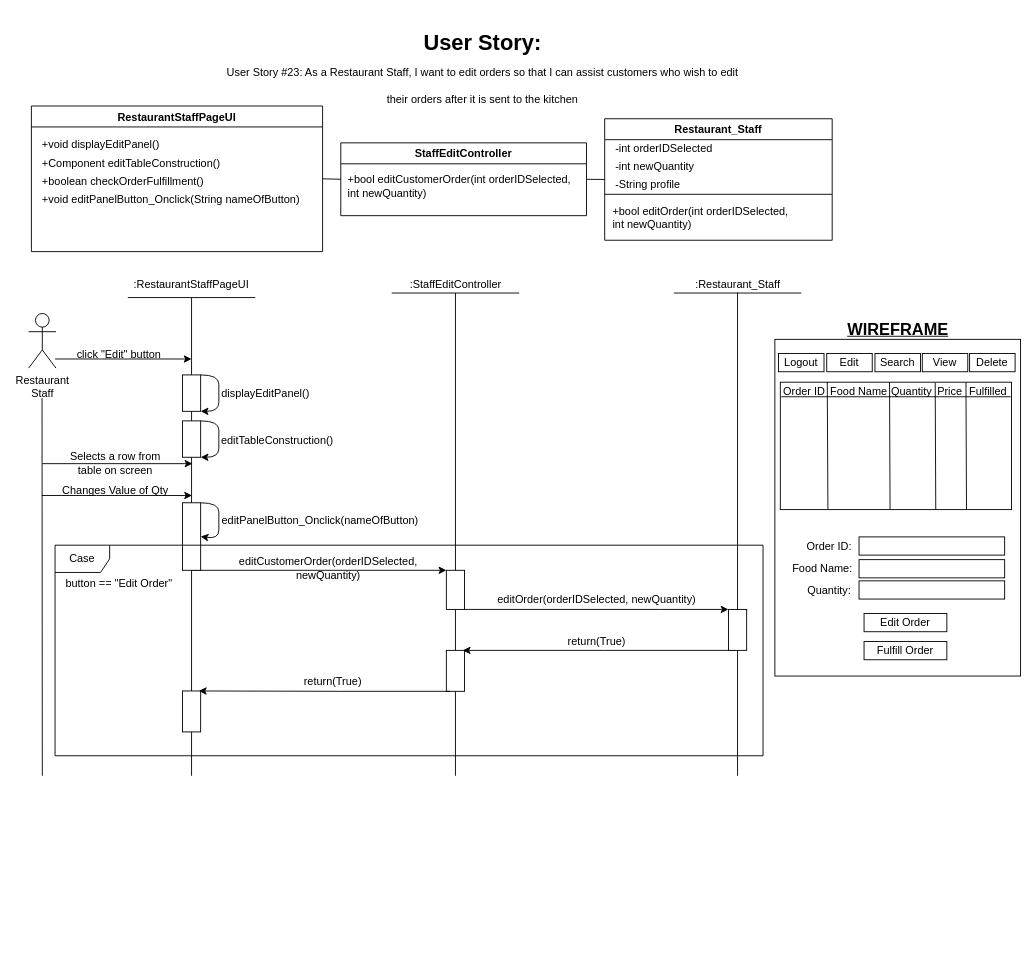
This is BCE_UML_and_Diagrams/RestaurantStaff/RestaurantStaff_Edit/UserStory#23_RestaurantStaff_Edit.drawio from extred5700/JAVAGUI-Restaurant-Table-Order-System, a draw.io file, before an edit. Source tidied: cells renumbered, new cells numbered last; positions are measured from the earlier drawing's top-left corner, leaving out a move shared by most shapes. Both pictures are drawn from the tidied source at 91%, with x=0, y=0 at pixel (28, 25).
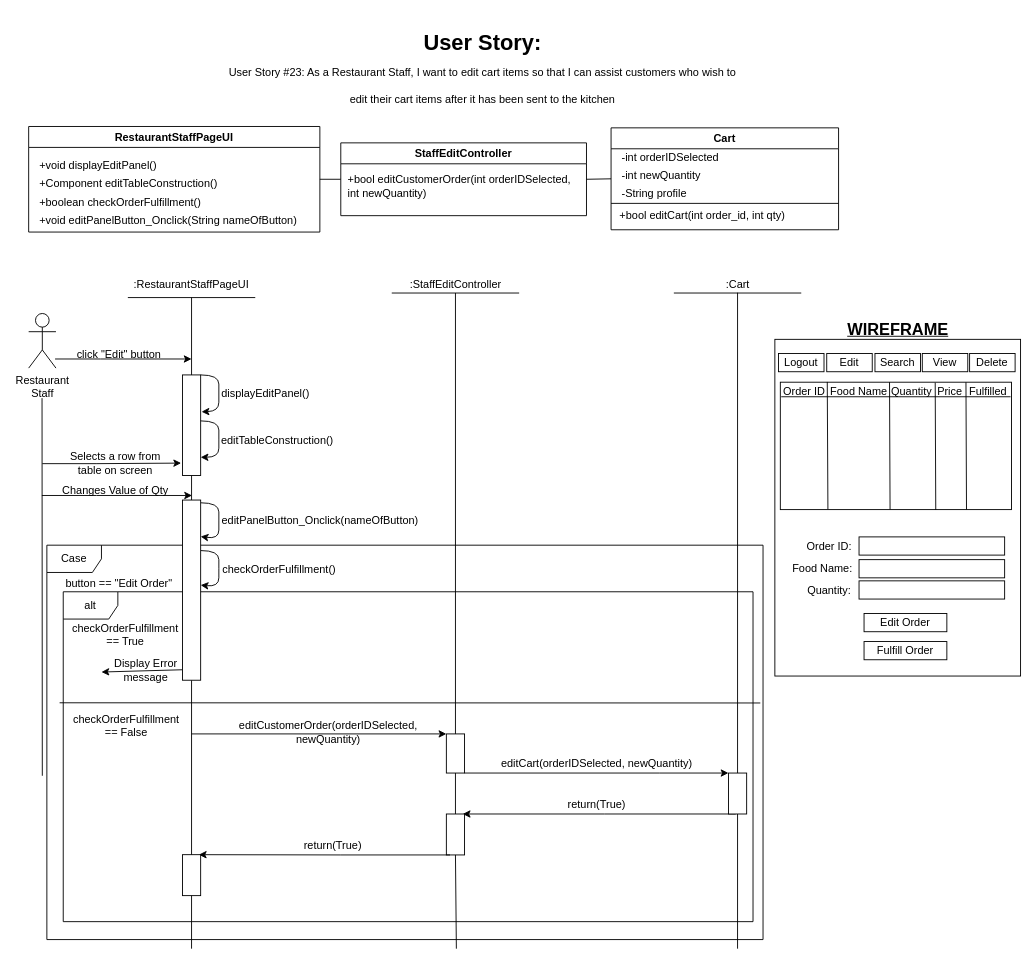
The same page after the edit.

Change to the diagram source:
```diff
@@
+    <mxCell id="85" style="endArrow=none;html=1;rounded=0;fontSize=17;" parent="1" edge="1" target="93">
+      <mxGeometry relative="1" as="geometry">
+        <mxPoint x="179" y="1015" as="sourcePoint" />
+      </mxGeometry>
+    </mxCell>
+    <mxCell id="83" value="Case" style="shape=umlFrame;whiteSpace=wrap;html=1;" parent="1" vertex="1">
+      <mxGeometry x="20" y="571.6" width="787" height="433.4" as="geometry" />
+    </mxCell>
@@
     <mxCell id="3" value="RestaurantStaffPageUI" style="swimlane;" parent="1" vertex="1">
-      <mxGeometry x="3" y="89" width="320" height="160" as="geometry" />
+      <mxGeometry y="111.5" width="320" height="116" as="geometry" />
     </mxCell>
@@
-    <mxCell id="10" value="Restaurant_Staff" style="swimlane;" parent="1" vertex="1">
-      <mxGeometry x="633" y="103" width="250" height="133.5" as="geometry" />
+    <mxCell id="10" value="Cart" style="swimlane;" parent="1" vertex="1">
+      <mxGeometry x="640" y="113" width="250" height="112" as="geometry" />
     </mxCell>
@@
-    <mxCell id="15" value="&lt;div style=&quot;text-align: justify&quot;&gt;&lt;span&gt;+bool editOrder(int orderIDSelected,&lt;/span&gt;&lt;/div&gt;&lt;div style=&quot;text-align: justify&quot;&gt;&lt;span&gt;int newQuantity)&lt;/span&gt;&lt;/div&gt;" style="text;html=1;align=center;verticalAlign=middle;strokeColor=none;fillColor=none;" parent="10" vertex="1">
-      <mxGeometry y="93.5" width="210" height="30" as="geometry" />
+    <mxCell id="15" value="&lt;div style=&quot;text-align: justify&quot;&gt;+bool editCart(int order_id, int qty)&lt;/div&gt;" style="text;html=1;align=center;verticalAlign=middle;strokeColor=none;fillColor=none;" parent="10" vertex="1">
+      <mxGeometry y="87" width="200" height="20" as="geometry" />
     </mxCell>
@@
-    <mxCell id="22" value=":Restaurant_Staff" style="text;html=1;align=center;verticalAlign=middle;points=[];strokeColor=none;fillColor=none;" parent="1" vertex="1">
-      <mxGeometry x="724" y="274.5" width="110" height="20" as="geometry" />
+    <mxCell id="22" value=":Cart" style="text;html=1;align=center;verticalAlign=middle;points=[];strokeColor=none;fillColor=none;" parent="1" vertex="1">
+      <mxGeometry x="759" y="274.5" width="40" height="20" as="geometry" />
     </mxCell>
@@
-    <mxCell id="26" style="curved=1;endArrow=classic;html=1;rounded=0;entryX=1;entryY=0.5;entryDx=0;entryDy=0;exitX=1;exitY=0;exitDx=0;exitDy=0;" parent="1" edge="1" source="50" target="50">
+    <mxCell id="26" style="curved=1;endArrow=classic;html=1;rounded=0;entryX=1;entryY=0.5;entryDx=0;entryDy=0;exitX=1;exitY=0;exitDx=0;exitDy=0;" parent="1" edge="1">
       <mxGeometry relative="1" as="geometry">
+        <mxPoint x="189" y="525" as="sourcePoint" />
+        <mxPoint x="189" y="562.1" as="targetPoint" />
         <Array as="points">
           <mxPoint x="209" y="525" />
           <mxPoint x="209" y="545" />
           <mxPoint x="209" y="565" />
         </Array>
       </mxGeometry>
     </mxCell>
@@
     <mxCell id="28" style="endArrow=classic;html=1;rounded=0;entryX=0;entryY=0;entryDx=0;entryDy=0;" parent="1" edge="1">
       <mxGeometry relative="1" as="geometry">
-        <mxPoint x="179" y="599.2" as="sourcePoint" />
-        <mxPoint x="459" y="599.2" as="targetPoint" />
+        <mxPoint x="179" y="779" as="sourcePoint" />
+        <mxPoint x="459" y="779" as="targetPoint" />
       </mxGeometry>
     </mxCell>
     <mxCell id="29" value="editCustomerOrder(orderIDSelected,&lt;br&gt;newQuantity)" style="text;html=1;align=center;verticalAlign=middle;strokeColor=none;fillColor=none;" parent="1" vertex="1">
-      <mxGeometry x="224" y="582.2" width="210" height="30" as="geometry" />
+      <mxGeometry x="224" y="762" width="210" height="30" as="geometry" />
     </mxCell>
     <mxCell id="30" style="edgeStyle=orthogonalEdgeStyle;rounded=0;jettySize=auto;html=1;exitX=1;exitY=1;exitDx=0;exitDy=0;entryX=0;entryY=0;entryDx=0;entryDy=0;" parent="1" edge="1" source="48" target="46">
       <mxGeometry relative="1" as="geometry">
         <Array as="points">
-          <mxPoint x="693" y="642.2" />
-          <mxPoint x="693" y="642.2" />
+          <mxPoint x="693" y="822" />
+          <mxPoint x="693" y="822" />
         </Array>
       </mxGeometry>
     </mxCell>
@@
-    <mxCell id="32" value="editOrder(orderIDSelected, newQuantity)" style="text;html=1;align=center;verticalAlign=middle;strokeColor=none;fillColor=none;" parent="1" vertex="1">
-      <mxGeometry x="509" y="622.2" width="230" height="20" as="geometry" />
+    <mxCell id="32" value="editCart(orderIDSelected, newQuantity)" style="text;html=1;align=center;verticalAlign=middle;strokeColor=none;fillColor=none;" parent="1" vertex="1">
+      <mxGeometry x="509" y="802" width="230" height="20" as="geometry" />
     </mxCell>
     <mxCell id="33" style="endArrow=none;html=1;rounded=0;entryX=0.5;entryY=0.982;entryDx=0;entryDy=0;entryPerimeter=0;" parent="1" edge="1" target="22">
       <mxGeometry relative="1" as="geometry">
-        <mxPoint x="779" y="825" as="sourcePoint" />
+        <mxPoint x="779" y="1015" as="sourcePoint" />
       </mxGeometry>
     </mxCell>
@@
     <mxCell id="45" style="edgeStyle=orthogonalEdgeStyle;rounded=0;orthogonalLoop=1;jettySize=auto;html=1;exitX=0;exitY=1;exitDx=0;exitDy=0;entryX=0.5;entryY=0;entryDx=0;entryDy=0;fontSize=12;" parent="1" edge="1">
       <mxGeometry relative="1" as="geometry">
-        <mxPoint x="777" y="687.2" as="sourcePoint" />
-        <mxPoint x="477" y="687.2" as="targetPoint" />
+        <mxPoint x="777" y="867" as="sourcePoint" />
+        <mxPoint x="477" y="867" as="targetPoint" />
         <Array as="points">
-          <mxPoint x="633" y="687.2" />
-          <mxPoint x="633" y="687.2" />
+          <mxPoint x="633" y="867" />
+          <mxPoint x="633" y="867" />
         </Array>
       </mxGeometry>
     </mxCell>
     <mxCell id="46" style="rounded=0;whiteSpace=wrap;html=1;" parent="1" vertex="1">
-      <mxGeometry x="769" y="642.2" width="20" height="45" as="geometry" />
+      <mxGeometry x="769" y="822" width="20" height="45" as="geometry" />
     </mxCell>
@@
     <mxCell id="48" style="rounded=0;whiteSpace=wrap;html=1;" parent="1" vertex="1">
-      <mxGeometry x="459" y="599.2" width="20" height="43" as="geometry" />
+      <mxGeometry x="459" y="779" width="20" height="43" as="geometry" />
     </mxCell>
-    <mxCell id="49" style="endArrow=none;html=1;rounded=0;fontSize=17;" parent="1" edge="1">
+    <mxCell id="49" style="endArrow=none;html=1;rounded=0;fontSize=17;startArrow=none;" parent="1" edge="1" source="93">
       <mxGeometry relative="1" as="geometry">
-        <mxPoint x="179" y="825" as="sourcePoint" />
         <mxPoint x="179" y="299.5" as="targetPoint" />
       </mxGeometry>
     </mxCell>
-    <mxCell id="50" style="rounded=0;whiteSpace=wrap;html=1;" parent="1" vertex="1">
-      <mxGeometry x="169" y="525" width="20" height="74.2" as="geometry" />
-    </mxCell>
-    <mxCell id="51" style="curved=1;endArrow=classic;html=1;rounded=0;entryX=1;entryY=1;entryDx=0;entryDy=0;exitX=1;exitY=0;exitDx=0;exitDy=0;" parent="1" edge="1" source="52" target="52">
+    <mxCell id="51" style="curved=1;endArrow=classic;html=1;rounded=0;exitX=1;exitY=0;exitDx=0;exitDy=0;" parent="1" edge="1" source="52">
       <mxGeometry relative="1" as="geometry">
+        <mxPoint x="190" y="425" as="targetPoint" />
         <Array as="points">
           <mxPoint x="209" y="384.5" />
           <mxPoint x="209" y="404.5" />
           <mxPoint x="209" y="424.5" />
         </Array>
       </mxGeometry>
     </mxCell>
     <mxCell id="52" style="rounded=0;whiteSpace=wrap;html=1;" parent="1" vertex="1">
-      <mxGeometry x="169" y="384.5" width="20" height="40" as="geometry" />
+      <mxGeometry x="169" y="384.5" width="20" height="110.5" as="geometry" />
     </mxCell>
@@
-    <mxCell id="68" value="&lt;h1&gt;User Story:&lt;br&gt;&lt;font style=&quot;font-size: 12px ; font-weight: normal&quot;&gt;User Story #23: As a Restaurant Staff, I want to edit orders so that I can assist customers who wish to edit&lt;br&gt;their orders after it is sent to the kitchen&lt;/font&gt;&lt;/h1&gt;" style="text;html=1;strokeColor=none;fillColor=none;spacing=5;spacingTop=-20;whiteSpace=wrap;overflow=hidden;rounded=0;align=center;" parent="1" vertex="1">
+    <mxCell id="68" value="&lt;h1&gt;User Story:&lt;br&gt;&lt;font style=&quot;font-size: 12px ; font-weight: normal&quot;&gt;User Story #23: As a Restaurant Staff, I want to edit cart items so that I can assist customers who wish to edit their cart items after it has been sent to the kitchen&lt;/font&gt;&lt;/h1&gt;" style="text;html=1;strokeColor=none;fillColor=none;spacing=5;spacingTop=-20;whiteSpace=wrap;overflow=hidden;rounded=0;align=center;" parent="1" vertex="1">
       <mxGeometry x="209" width="580" height="100" as="geometry" />
     </mxCell>
     <mxCell id="69" style="rounded=0;whiteSpace=wrap;html=1;" parent="1" vertex="1">
-      <mxGeometry x="459" y="687.2" width="20" height="45" as="geometry" />
+      <mxGeometry x="459" y="867" width="20" height="45" as="geometry" />
     </mxCell>
     <mxCell id="70" style="endArrow=none;html=1;rounded=0;startArrow=none;entryX=0.5;entryY=1;entryDx=0;entryDy=0;entryPerimeter=0;" parent="1" edge="1" target="69">
       <mxGeometry relative="1" as="geometry">
-        <mxPoint x="469" y="825" as="sourcePoint" />
+        <mxPoint x="470" y="1015" as="sourcePoint" />
       </mxGeometry>
     </mxCell>
     <mxCell id="71" value="return(True)" style="text;html=1;align=center;verticalAlign=middle;strokeColor=none;fillColor=none;fontSize=12;" parent="1" vertex="1">
-      <mxGeometry x="584" y="667.5" width="80" height="20" as="geometry" />
+      <mxGeometry x="584" y="847.3" width="80" height="20" as="geometry" />
     </mxCell>
     <mxCell id="72" style="edgeStyle=orthogonalEdgeStyle;rounded=0;orthogonalLoop=1;jettySize=auto;html=1;entryX=0.5;entryY=0;entryDx=0;entryDy=0;fontSize=12;" parent="1" edge="1">
       <mxGeometry relative="1" as="geometry">
-        <mxPoint x="463" y="732.2" as="sourcePoint" />
-        <mxPoint x="187" y="731.8" as="targetPoint" />
+        <mxPoint x="463" y="912" as="sourcePoint" />
+        <mxPoint x="187" y="911.7" as="targetPoint" />
         <Array as="points">
-          <mxPoint x="343" y="731.8" />
-          <mxPoint x="343" y="731.8" />
+          <mxPoint x="343" y="911.7" />
+          <mxPoint x="343" y="911.7" />
         </Array>
       </mxGeometry>
     </mxCell>
     <mxCell id="73" style="rounded=0;whiteSpace=wrap;html=1;" parent="1" vertex="1">
-      <mxGeometry x="169" y="731.8" width="20" height="45" as="geometry" />
+      <mxGeometry x="169" y="911.7" width="20" height="45" as="geometry" />
     </mxCell>
     <mxCell id="74" value="return(True)" style="text;html=1;align=center;verticalAlign=middle;strokeColor=none;fillColor=none;fontSize=12;" parent="1" vertex="1">
-      <mxGeometry x="294" y="712.2" width="80" height="20" as="geometry" />
+      <mxGeometry x="294" y="892" width="80" height="20" as="geometry" />
     </mxCell>
-    <mxCell id="75" style="curved=1;endArrow=classic;html=1;rounded=0;entryX=1;entryY=1;entryDx=0;entryDy=0;exitX=1;exitY=0;exitDx=0;exitDy=0;" parent="1" edge="1" source="76" target="76">
+    <mxCell id="75" style="curved=1;endArrow=classic;html=1;rounded=0;entryX=1;entryY=1;entryDx=0;entryDy=0;exitX=1;exitY=0;exitDx=0;exitDy=0;" parent="1" edge="1">
       <mxGeometry relative="1" as="geometry">
+        <mxPoint x="189" y="435" as="sourcePoint" />
+        <mxPoint x="189" y="475" as="targetPoint" />
         <Array as="points">
           <mxPoint x="209" y="435" />
           <mxPoint x="209" y="455" />
           <mxPoint x="209" y="475" />
         </Array>
       </mxGeometry>
     </mxCell>
-    <mxCell id="76" style="rounded=0;whiteSpace=wrap;html=1;" parent="1" vertex="1">
-      <mxGeometry x="169" y="435" width="20" height="40" as="geometry" />
-    </mxCell>
@@
-    <mxCell id="78" style="edgeStyle=orthogonalEdgeStyle;rounded=0;orthogonalLoop=1;jettySize=auto;html=1;" parent="1" edge="1">
+    <mxCell id="78" style="edgeStyle=orthogonalEdgeStyle;rounded=0;jettySize=auto;html=1;entryX=-0.073;entryY=0.877;entryDx=0;entryDy=0;entryPerimeter=0;" parent="1" edge="1" target="52">
       <mxGeometry relative="1" as="geometry">
         <mxPoint x="15" y="482" as="sourcePoint" />
-        <mxPoint x="180" y="482" as="targetPoint" />
         <Array as="points">
-          <mxPoint x="75" y="482" />
           <mxPoint x="75" y="482" />
         </Array>
       </mxGeometry>
     </mxCell>
@@
-    <mxCell id="83" value="Case" style="shape=umlFrame;whiteSpace=wrap;html=1;" parent="1" vertex="1">
-      <mxGeometry x="29" y="571.6" width="778" height="231.4" as="geometry" />
-    </mxCell>
@@
+    <mxCell id="86" style="curved=1;endArrow=classic;html=1;rounded=0;exitX=1;exitY=0;exitDx=0;exitDy=0;" parent="1" edge="1">
+      <mxGeometry relative="1" as="geometry">
+        <mxPoint x="189" y="577.5" as="sourcePoint" />
+        <mxPoint x="189" y="615.5" as="targetPoint" />
+        <Array as="points">
+          <mxPoint x="209" y="577.5" />
+          <mxPoint x="209" y="597.5" />
+          <mxPoint x="209" y="617.5" />
+        </Array>
+      </mxGeometry>
+    </mxCell>
+    <mxCell id="87" value="&lt;span style=&quot;text-align: left&quot;&gt;checkOrderFulfillment()&lt;/span&gt;" style="text;html=1;align=center;verticalAlign=middle;strokeColor=none;fillColor=none;" parent="1" vertex="1">
+      <mxGeometry x="205" y="589.2" width="140" height="20" as="geometry" />
+    </mxCell>
+    <mxCell id="88" value="alt" style="shape=umlFrame;whiteSpace=wrap;html=1;" parent="1" vertex="1">
+      <mxGeometry x="38" y="622.8" width="758" height="362.5" as="geometry" />
+    </mxCell>
+    <mxCell id="89" value="checkOrderFulfillment&lt;br&gt;== True" style="text;html=1;strokeColor=none;fillColor=none;align=center;verticalAlign=middle;whiteSpace=wrap;rounded=0;" parent="1" vertex="1">
+      <mxGeometry x="39" y="655" width="135" height="30" as="geometry" />
+    </mxCell>
+    <mxCell id="90" style="endArrow=none;html=1;rounded=0;exitX=0;exitY=0.419;exitDx=0;exitDy=0;exitPerimeter=0;" parent="1" edge="1">
+      <mxGeometry relative="1" as="geometry">
+        <mxPoint x="34" y="744.8" as="sourcePoint" />
+        <mxPoint x="804" y="745" as="targetPoint" />
+      </mxGeometry>
+    </mxCell>
+    <mxCell id="91" style="endArrow=classic;html=1;rounded=0;exitX=1;exitY=0.5;exitDx=0;exitDy=0;" parent="1" edge="1" source="92">
+      <mxGeometry relative="1" as="geometry">
+        <mxPoint x="80" y="711" as="targetPoint" />
+      </mxGeometry>
+    </mxCell>
+    <mxCell id="92" value="Display Error&lt;br&gt;message" style="text;html=1;strokeColor=none;fillColor=none;align=center;verticalAlign=middle;whiteSpace=wrap;rounded=0;" parent="1" vertex="1">
+      <mxGeometry x="89" y="693.5" width="80" height="30" as="geometry" />
+    </mxCell>
+    <mxCell id="93" style="rounded=0;whiteSpace=wrap;html=1;" parent="1" vertex="1">
+      <mxGeometry x="169" y="522" width="20" height="198" as="geometry" />
+    </mxCell>
+    <mxCell id="94" value="checkOrderFulfillment&lt;br&gt;== False" style="text;html=1;strokeColor=none;fillColor=none;align=center;verticalAlign=middle;whiteSpace=wrap;rounded=0;" parent="1" vertex="1">
+      <mxGeometry x="40" y="755" width="135" height="30" as="geometry" />
+    </mxCell>
```
